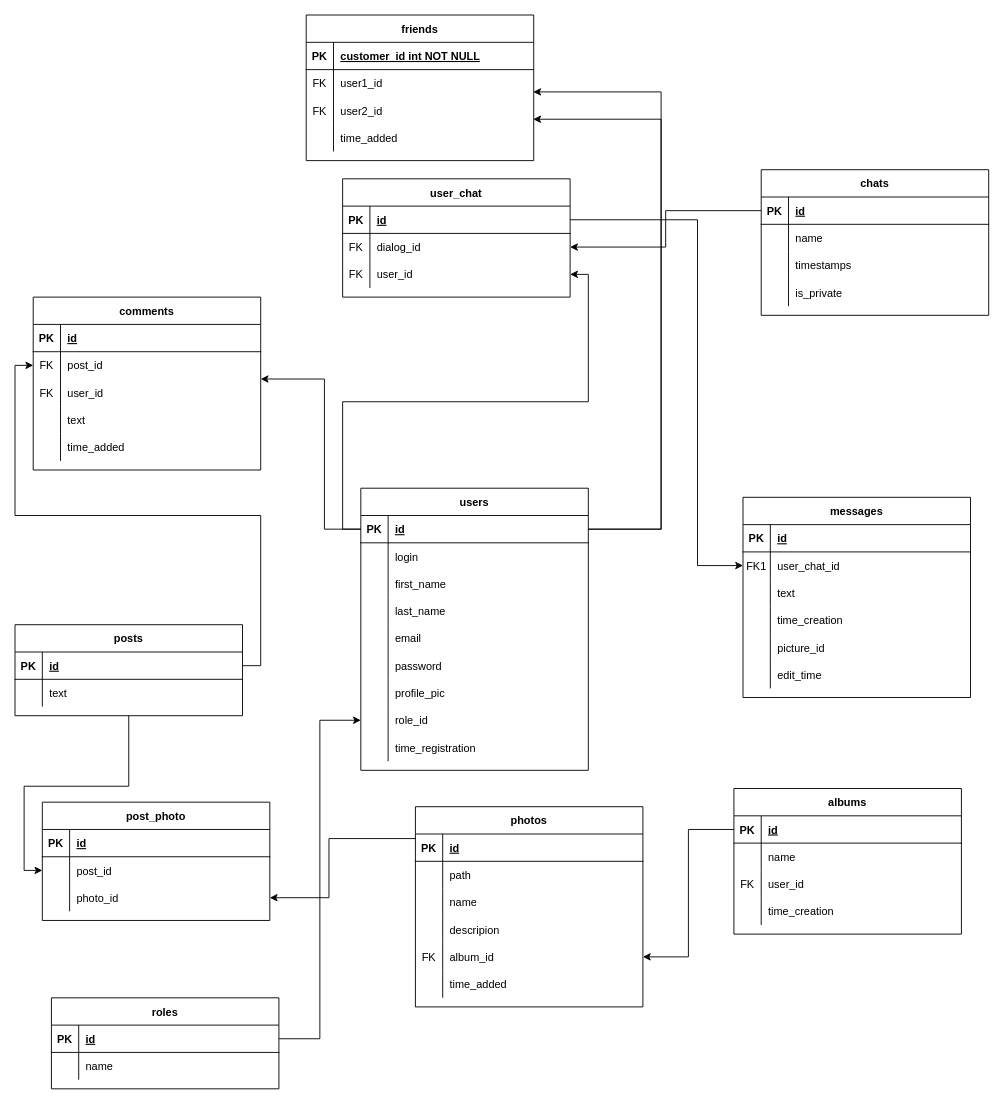
Above: DB_structure.drawio in abobandit/diagrams (draw.io), before the change. Source tidied: cells renumbered, new cells numbered last; positions are measured from the earlier drawing's top-left corner, leaving out a move shared by most shapes. Both pictures are drawn from the tidied source at 91%, with x=0, y=0 at pixel (15, 15).
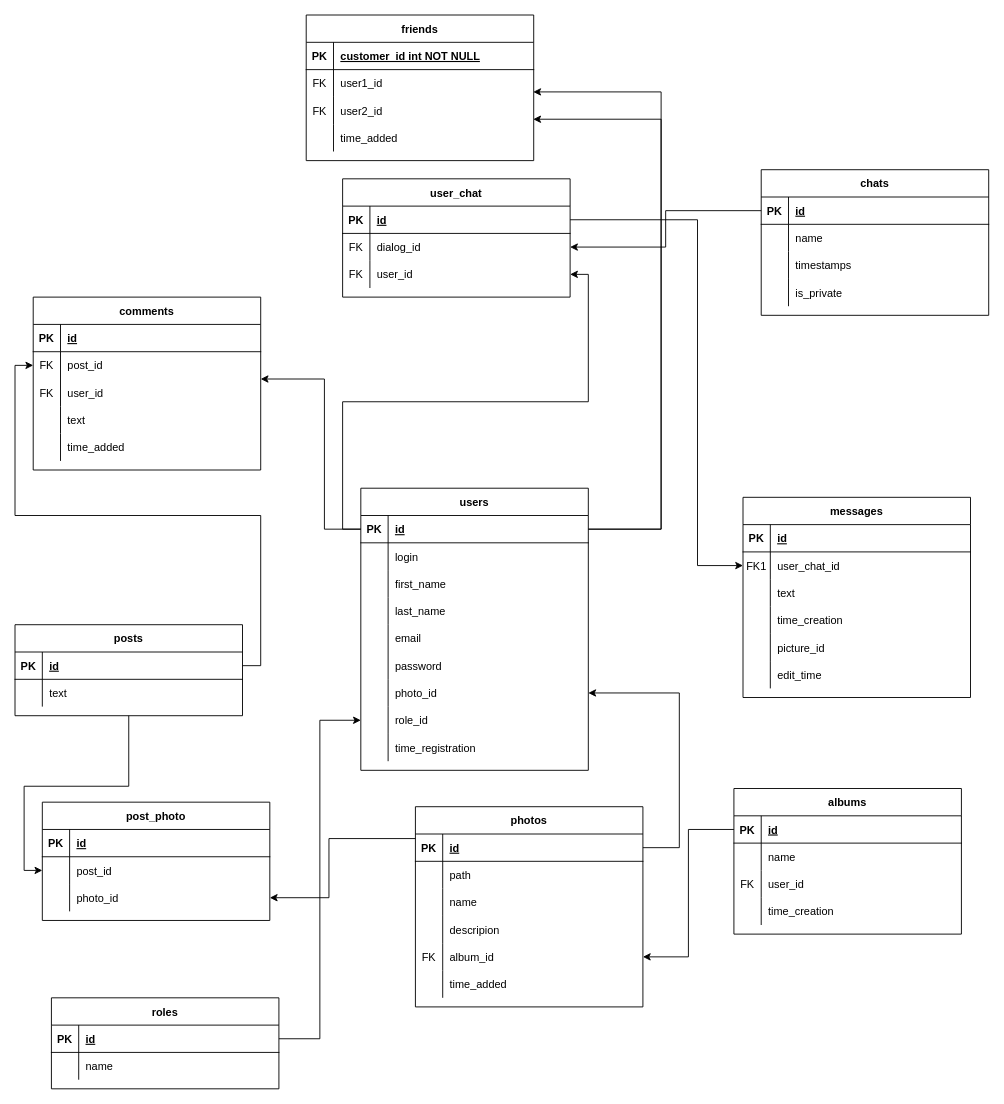
After the change.

The change refers to these unchanged cells:
```xml
<mxCell id="53" style="shape=partialRectangle;fillColor=none;points=[[0,0.5],[1,0.5]];portConstraint=eastwest;top=0;left=0;right=0;bottom=0;" parent="34" vertex="1">
  <mxGeometry y="210" width="250" height="30" as="geometry" />
</mxCell>
<mxCell id="143" style="shape=partialRectangle;fillColor=none;points=[[0,0.5],[1,0.5]];portConstraint=eastwest;top=0;left=0;right=0;bottom=1;" parent="142" vertex="1">
  <mxGeometry y="30" width="250" height="30" as="geometry" />
</mxCell>
```

Change to the diagram source:
```diff
@@
-    <mxCell id="55" value="profile_pic" style="shape=partialRectangle;overflow=hidden;fillColor=none;top=0;left=0;bottom=0;right=0;align=left;spacingLeft=6;" parent="53" vertex="1">
+    <mxCell id="55" value="photo_id" style="shape=partialRectangle;overflow=hidden;fillColor=none;top=0;left=0;bottom=0;right=0;align=left;spacingLeft=6;" parent="53" vertex="1">
       <mxGeometry x="30" width="220" height="30" as="geometry" />
     </mxCell>
@@
+    <mxCell id="168" style="edgeStyle=orthogonalEdgeStyle;rounded=0;jettySize=auto;html=1;entryX=1;entryY=0.5;entryDx=0;entryDy=0;" parent="1" edge="1" source="143" target="53">
+      <mxGeometry relative="1" as="geometry">
+        <Array as="points">
+          <mxPoint x="730" y="915" />
+          <mxPoint x="730" y="745" />
+        </Array>
+      </mxGeometry>
+    </mxCell>
```
